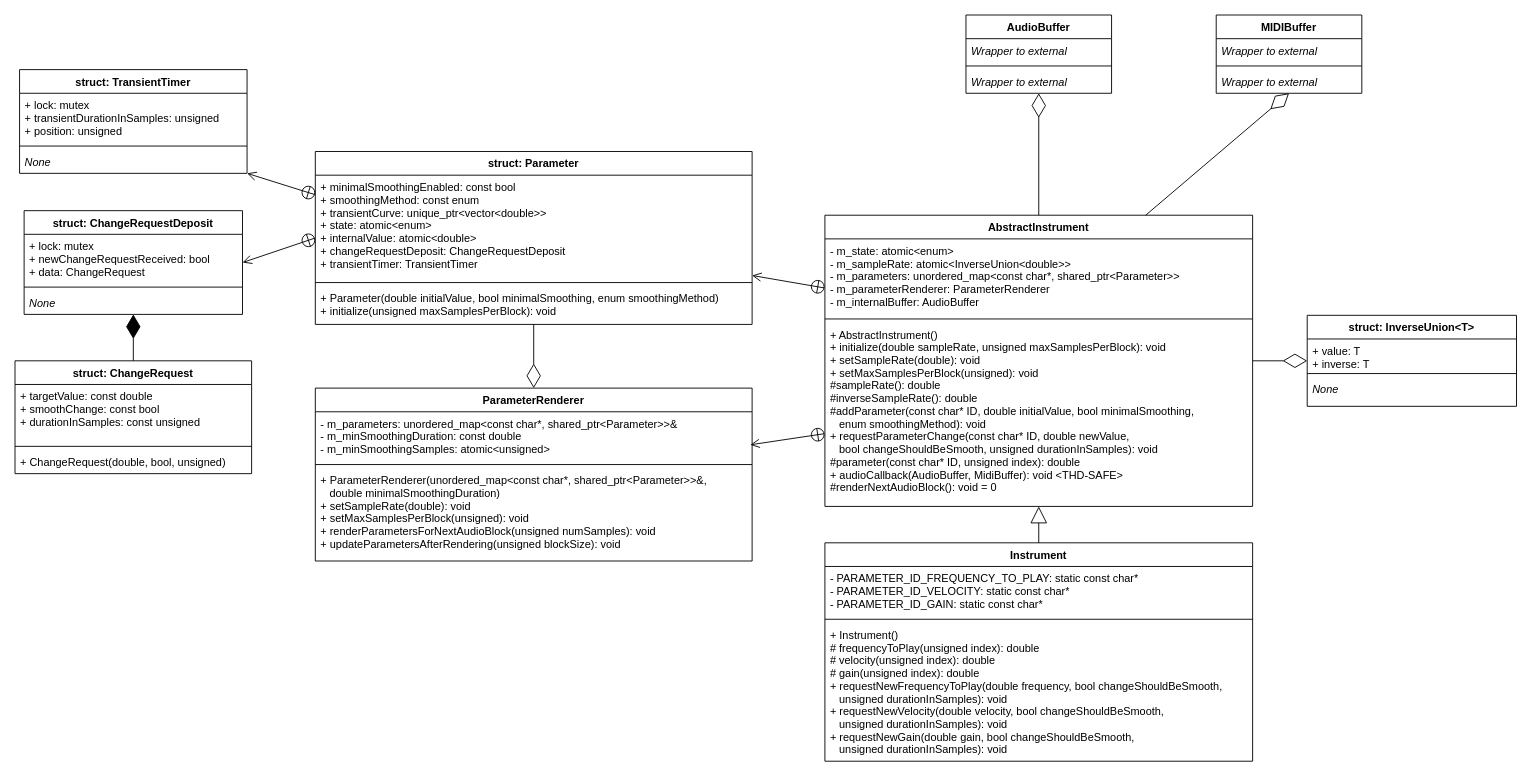
ANGLE-Studios/ANGLECORE keeps this draw.io diagram as source/core/instrument/_design/Instrument.drawio. Above is the earlier version. Source tidied: cells renumbered, new cells numbered last; positions are measured from the earlier drawing's top-left corner, leaving out a move shared by most shapes. Both pictures are drawn from the tidied source at 91%, with x=0, y=0 at pixel (15, 15).
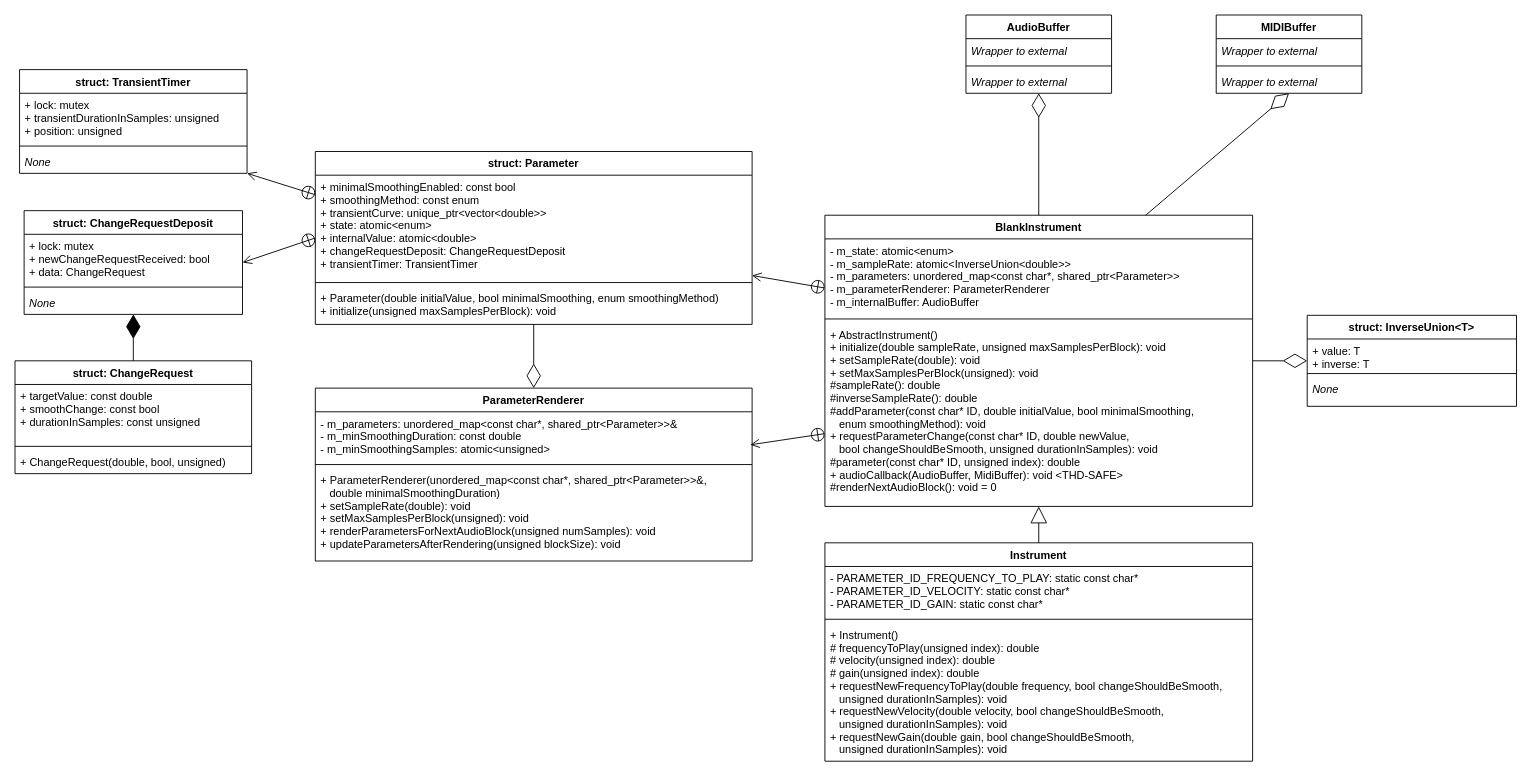
The same page after the edit.

Commit message (it also covers changes not shown here):
Renamed AbstractInstrument into BlankInstrument

BlankInstrument describes more accurately what the parent class of Instrument does. It is simply an instrument with no parameter, yet.

What changed in the source:
```diff
@@
-    <mxCell id="2" value="AbstractInstrument" style="swimlane;fontStyle=1;align=center;verticalAlign=top;horizontal=1;startSize=26;swimlaneLine=1;shadow=0;" parent="1" vertex="1">
+    <mxCell id="2" value="BlankInstrument" style="swimlane;fontStyle=1;align=center;verticalAlign=top;horizontal=1;startSize=26;swimlaneLine=1;shadow=0;" parent="1" vertex="1">
       <mxGeometry x="890" y="220" width="470" height="320" as="geometry" />
     </mxCell>
```
